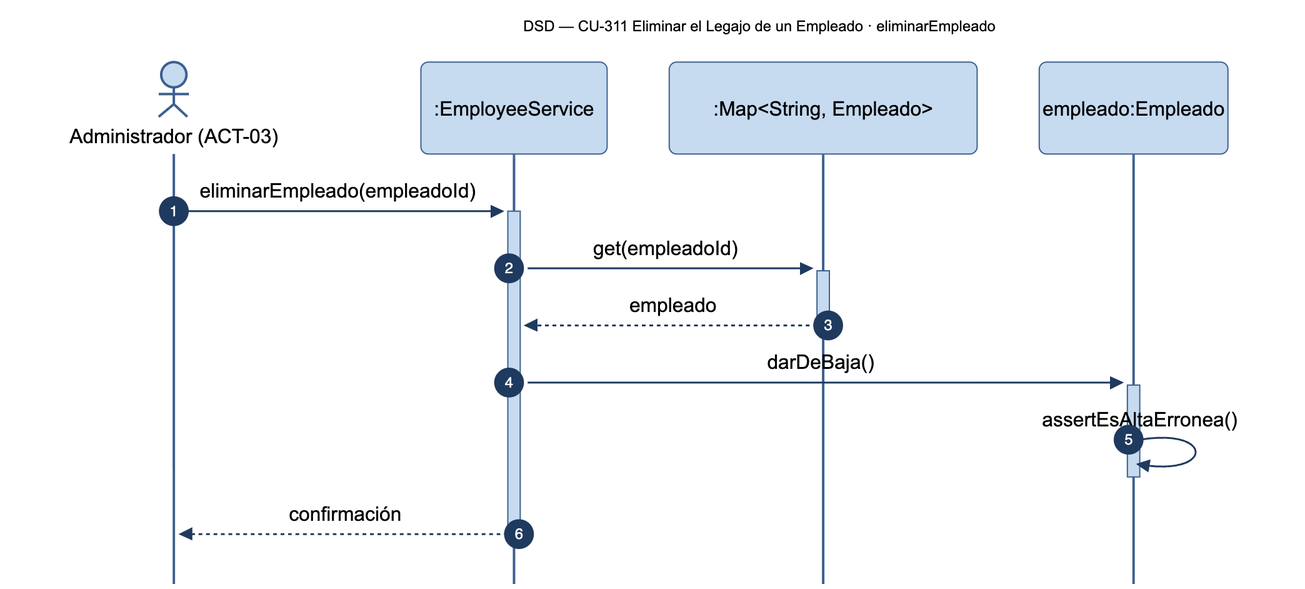
Nahuelito-Dev/splg-docs keeps this Mermaid diagram as diagramas/png/DSD_CU-311_eliminarEmpleado.png. Above is the earlier version. Its source is kept beside it as diagramas/DSD_CU-311_eliminarEmpleado.mmd.
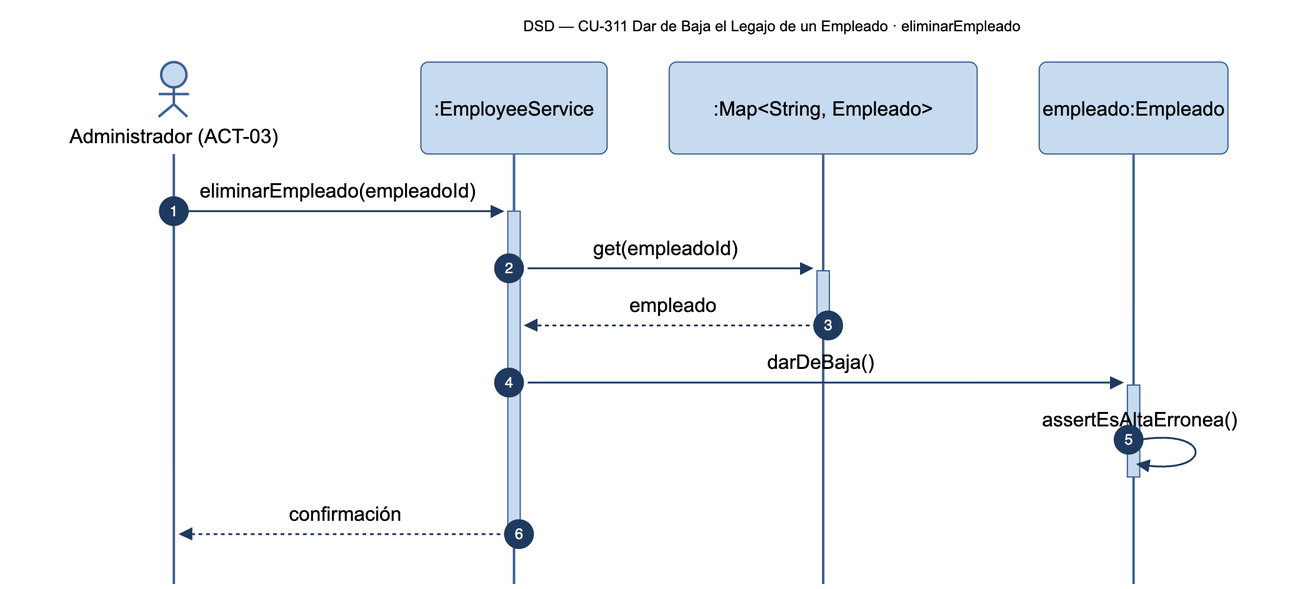
After the change.

Diff of the diagram source:
```diff
@@ -1,5 +1,5 @@
 sequenceDiagram
-    title DSD — CU-311 Eliminar el Legajo de un Empleado · eliminarEmpleado
+    title DSD — CU-311 Dar de Baja el Legajo de un Empleado · eliminarEmpleado
     autonumber
     actor ADM as Administrador (ACT-03)
     participant SRV as :EmployeeService
```
